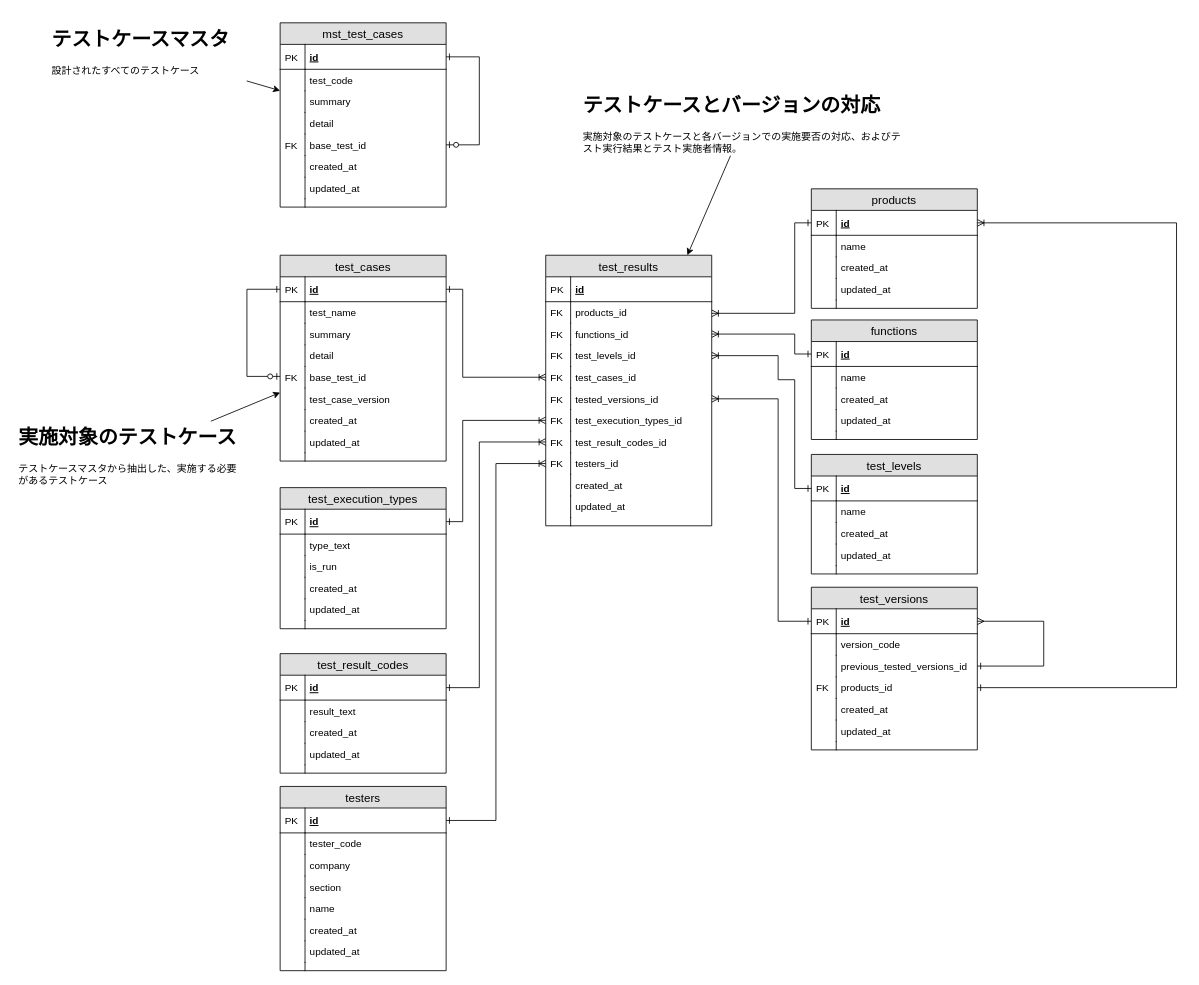
Earlier version of the draw.io diagram doc/design/db/Database_ER.drawio (CountrySideEngineer/TestResultManager). Source tidied: cells renumbered, new cells numbered last; positions are measured from the earlier drawing's top-left corner, leaving out a move shared by most shapes. Both pictures are drawn from the tidied source at 83%, with x=0, y=0 at pixel (14, 22).
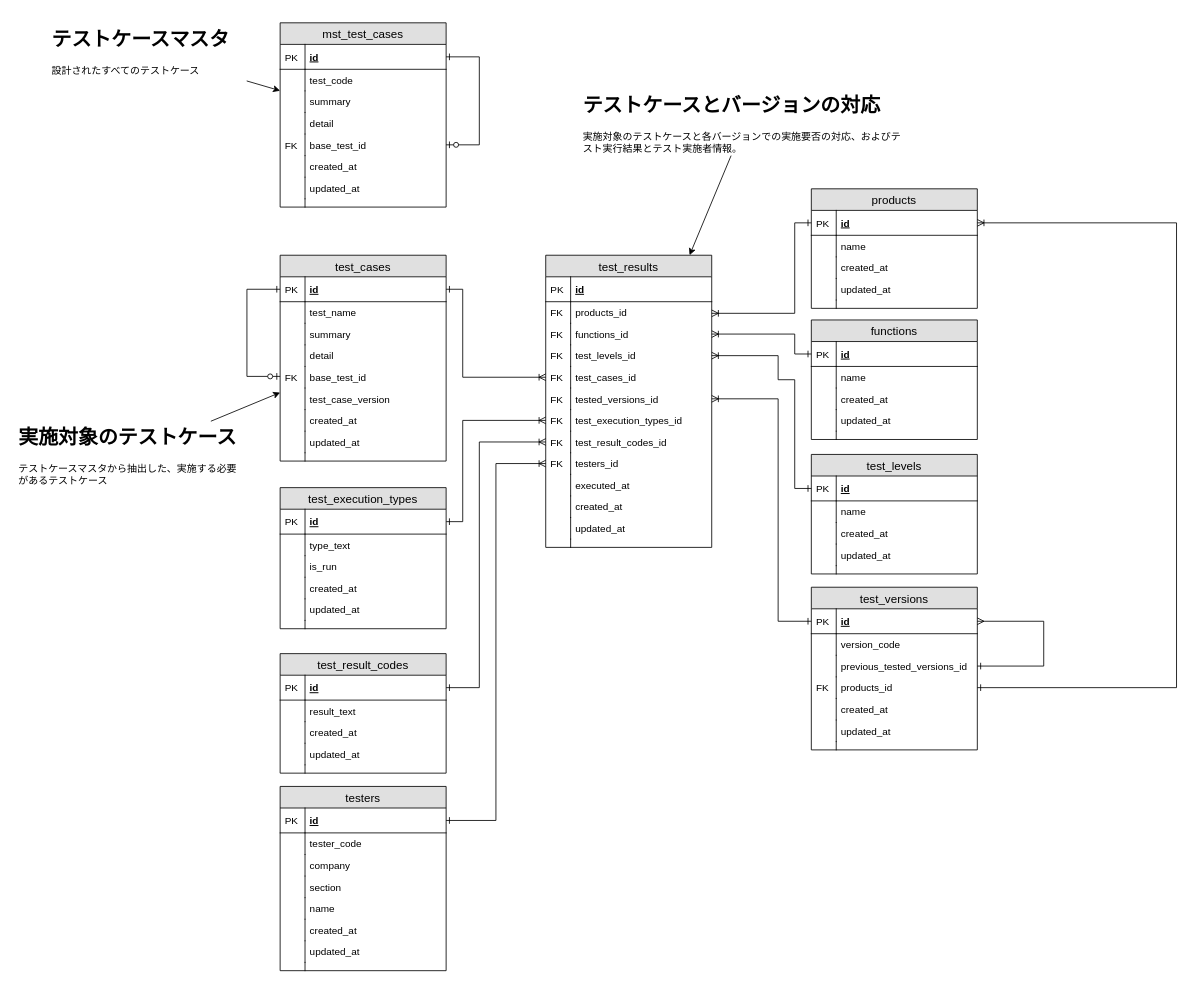
Above is the later version.

Commit message:
Update data base table design.

Diff of the diagram source:
```diff
@@
     <mxCell id="84" value="test_results" style="swimlane;fontStyle=0;horizontal=1;startSize=26;fillColor=#e0e0e0;swimlaneFillColor=#ffffff;align=center;fontSize=14;" parent="1" vertex="1">
-      <mxGeometry x="640" y="280" width="200" height="326" as="geometry" />
+      <mxGeometry x="640" y="280" width="200" height="352" as="geometry" />
     </mxCell>
@@
+    <mxCell id="170" value="executed_at" style="shape=partialRectangle;top=0;left=0;right=0;bottom=0;align=left;verticalAlign=top;fillColor=none;spacingLeft=34;spacingRight=4;overflow=hidden;fontSize=12;" parent="84" vertex="1">
+      <mxGeometry y="264" width="200" height="26" as="geometry" />
+    </mxCell>
+    <mxCell id="171" style="shape=partialRectangle;top=0;left=0;bottom=0;fillColor=none;align=left;verticalAlign=top;spacingLeft=4;spacingRight=4;overflow=hidden;fontSize=12;" parent="170" vertex="1">
+      <mxGeometry width="30" height="26" as="geometry" />
+    </mxCell>
     <mxCell id="103" value="created_at" style="shape=partialRectangle;top=0;left=0;right=0;bottom=0;align=left;verticalAlign=top;fillColor=none;spacingLeft=34;spacingRight=4;overflow=hidden;fontSize=12;" parent="84" vertex="1">
-      <mxGeometry y="264" width="200" height="26" as="geometry" />
+      <mxGeometry y="290" width="200" height="26" as="geometry" />
     </mxCell>
@@
     <mxCell id="105" value="updated_at" style="shape=partialRectangle;top=0;left=0;right=0;bottom=0;align=left;verticalAlign=top;fillColor=none;spacingLeft=34;spacingRight=4;overflow=hidden;fontSize=12;" parent="84" vertex="1">
-      <mxGeometry y="290" width="200" height="26" as="geometry" />
+      <mxGeometry y="316" width="200" height="26" as="geometry" />
     </mxCell>
@@
     <mxCell id="107" style="shape=partialRectangle;top=0;left=0;right=0;bottom=0;align=left;verticalAlign=top;fillColor=none;spacingLeft=34;spacingRight=4;overflow=hidden;fontSize=12;" parent="84" vertex="1">
-      <mxGeometry y="316" width="200" height="10" as="geometry" />
+      <mxGeometry y="342" width="200" height="10" as="geometry" />
     </mxCell>
```
